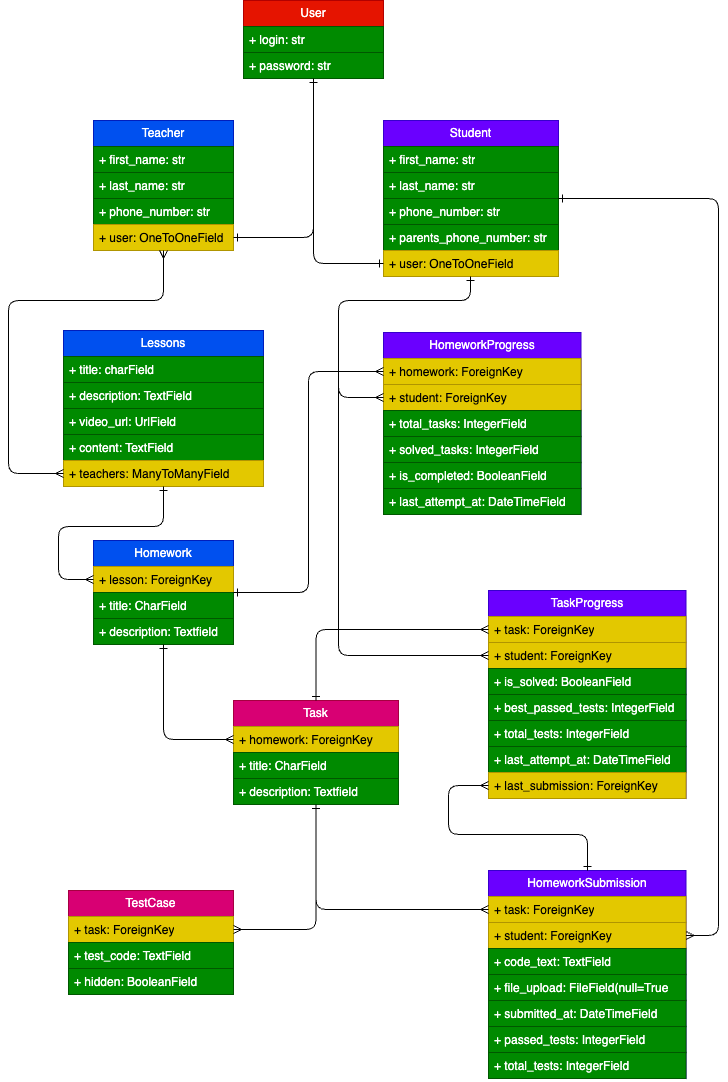
This is models.png from Sanjarbek17/codeschool_backend, a draw.io export, as it was before one commit. Source tidied: cells renumbered, new cells last; positions are measured from the earlier drawing's top-left corner, leaving out a move shared by most shapes.
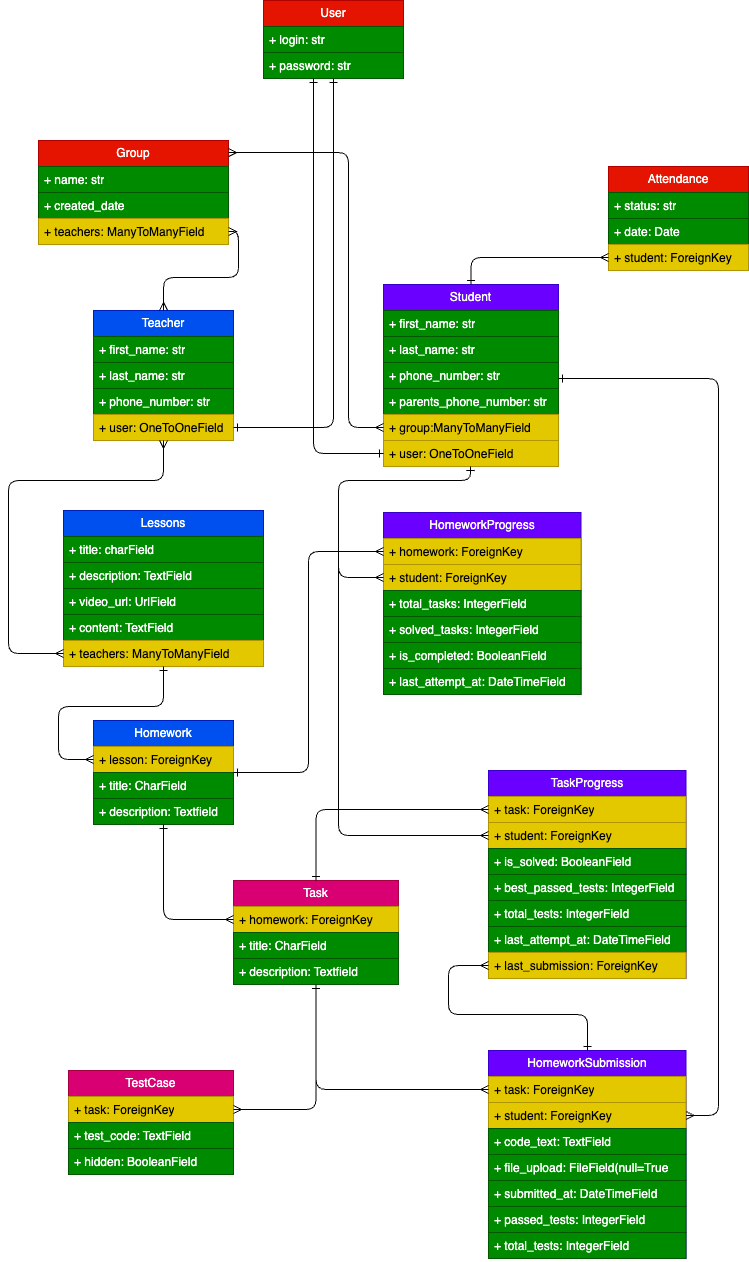
Above is the later version.

The edit, as a diff of the source:
```diff
@@ -3,7 +3,7 @@
     <mxCell id="0" />
     <mxCell id="1" parent="0" />
     <mxCell id="2" value="User" style="swimlane;fontStyle=0;horizontal=1;startSize=26;fillColor=#e51400;whiteSpace=wrap;html=1;fontColor=#ffffff;strokeColor=#B20000;" parent="1" vertex="1">
-      <mxGeometry x="235" width="140" height="78" as="geometry" />
+      <mxGeometry x="255" y="-180" width="140" height="78" as="geometry" />
     </mxCell>
     <mxCell id="3" value="+ login: str" style="text;strokeColor=#005700;fillColor=#008a00;align=left;verticalAlign=top;spacingLeft=4;spacingRight=4;overflow=hidden;whiteSpace=wrap;html=1;fontColor=#ffffff;" parent="2" vertex="1">
       <mxGeometry y="26" width="140" height="26" as="geometry" />
@@ -12,7 +12,7 @@
       <mxGeometry y="52" width="140" height="26" as="geometry" />
     </mxCell>
     <mxCell id="5" value="Teacher" style="swimlane;fontStyle=0;horizontal=1;startSize=26;fillColor=#0050ef;whiteSpace=wrap;html=1;fontColor=#ffffff;strokeColor=#001DBC;" parent="1" vertex="1">
-      <mxGeometry x="85" y="120" width="140" height="130" as="geometry" />
+      <mxGeometry x="85" y="130" width="140" height="130" as="geometry" />
     </mxCell>
     <mxCell id="6" value="+ first_name: str" style="text;strokeColor=#005700;fillColor=#008a00;align=left;verticalAlign=top;spacingLeft=4;spacingRight=4;overflow=hidden;whiteSpace=wrap;html=1;fontColor=#ffffff;" parent="5" vertex="1">
       <mxGeometry y="26" width="140" height="26" as="geometry" />
@@ -27,7 +27,7 @@
       <mxGeometry y="104" width="140" height="26" as="geometry" />
     </mxCell>
     <mxCell id="10" value="Student" style="swimlane;fontStyle=0;horizontal=1;startSize=26;fillColor=#6a00ff;whiteSpace=wrap;html=1;fontColor=#ffffff;strokeColor=#3700CC;" parent="1" vertex="1">
-      <mxGeometry x="375" y="120" width="175" height="156" as="geometry" />
+      <mxGeometry x="375" y="104" width="175" height="182" as="geometry" />
     </mxCell>
     <mxCell id="11" value="+ first_name: str" style="text;strokeColor=#005700;fillColor=#008a00;align=left;verticalAlign=top;spacingLeft=4;spacingRight=4;overflow=hidden;whiteSpace=wrap;html=1;fontColor=#ffffff;" parent="10" vertex="1">
       <mxGeometry y="26" width="175" height="26" as="geometry" />
@@ -41,8 +41,11 @@
     <mxCell id="14" value="+ parents_phone_number: str" style="text;strokeColor=#005700;fillColor=#008a00;align=left;verticalAlign=top;spacingLeft=4;spacingRight=4;overflow=hidden;whiteSpace=wrap;html=1;fontColor=#ffffff;" parent="10" vertex="1">
       <mxGeometry y="104" width="175" height="26" as="geometry" />
     </mxCell>
+    <mxCell id="70" value="+ group:ManyToManyField" style="text;strokeColor=#B09500;fillColor=#e3c800;align=left;verticalAlign=top;spacingLeft=4;spacingRight=4;overflow=hidden;points=[[0,0.5],[1,0.5]];portConstraint=eastwest;whiteSpace=wrap;html=1;fontColor=#000000;" parent="10" vertex="1">
+      <mxGeometry y="130" width="175" height="26" as="geometry" />
+    </mxCell>
     <mxCell id="15" value="+ user: OneToOneField" style="text;strokeColor=#B09500;fillColor=#e3c800;align=left;verticalAlign=top;spacingLeft=4;spacingRight=4;overflow=hidden;points=[[0,0.5],[1,0.5]];portConstraint=eastwest;whiteSpace=wrap;html=1;fontColor=#000000;" parent="10" vertex="1">
-      <mxGeometry y="130" width="175" height="26" as="geometry" />
+      <mxGeometry y="156" width="175" height="26" as="geometry" />
     </mxCell>
     <mxCell id="16" value="Lessons" style="swimlane;fontStyle=0;horizontal=1;startSize=26;fillColor=#0050ef;whiteSpace=wrap;html=1;fontColor=#ffffff;strokeColor=#001DBC;" parent="1" vertex="1">
       <mxGeometry x="55" y="330" width="200" height="156" as="geometry" />
@@ -140,7 +143,7 @@
     <mxCell id="47" style="edgeStyle=orthogonalEdgeStyle;html=1;endArrow=ERone;endFill=0;startArrow=ERone;startFill=0;" parent="1" edge="1" source="15" target="2">
       <mxGeometry relative="1" as="geometry">
         <Array as="points">
-          <mxPoint x="305" y="263" />
+          <mxPoint x="305" y="273" />
         </Array>
       </mxGeometry>
     </mxCell>
@@ -250,5 +253,43 @@
         </Array>
       </mxGeometry>
     </mxCell>
+    <mxCell id="71" value="Group" style="swimlane;fontStyle=0;horizontal=1;startSize=26;fillColor=#e51400;whiteSpace=wrap;html=1;fontColor=#ffffff;strokeColor=#B20000;" parent="1" vertex="1">
+      <mxGeometry x="30" y="-40" width="190" height="104" as="geometry" />
+    </mxCell>
+    <mxCell id="72" value="+ name: str" style="text;strokeColor=#005700;fillColor=#008a00;align=left;verticalAlign=top;spacingLeft=4;spacingRight=4;overflow=hidden;whiteSpace=wrap;html=1;fontColor=#ffffff;" parent="71" vertex="1">
+      <mxGeometry y="26" width="190" height="26" as="geometry" />
+    </mxCell>
+    <mxCell id="73" value="+ created_date" style="text;strokeColor=#005700;fillColor=#008a00;align=left;verticalAlign=top;spacingLeft=4;spacingRight=4;overflow=hidden;whiteSpace=wrap;html=1;fontColor=#ffffff;" parent="71" vertex="1">
+      <mxGeometry y="52" width="190" height="26" as="geometry" />
+    </mxCell>
+    <mxCell id="74" value="+ teachers: ManyToManyField" style="text;strokeColor=#B09500;fillColor=#e3c800;align=left;verticalAlign=top;spacingLeft=4;spacingRight=4;overflow=hidden;points=[[0,0.5],[1,0.5]];portConstraint=eastwest;whiteSpace=wrap;html=1;fontColor=#000000;" parent="71" vertex="1">
+      <mxGeometry y="78" width="190" height="26" as="geometry" />
+    </mxCell>
+    <mxCell id="75" value="Attendance" style="swimlane;fontStyle=0;horizontal=1;startSize=26;fillColor=#e51400;whiteSpace=wrap;html=1;fontColor=#ffffff;strokeColor=#B20000;" parent="1" vertex="1">
+      <mxGeometry x="600" y="-14" width="140" height="104" as="geometry" />
+    </mxCell>
+    <mxCell id="76" value="+ status: str" style="text;strokeColor=#005700;fillColor=#008a00;align=left;verticalAlign=top;spacingLeft=4;spacingRight=4;overflow=hidden;whiteSpace=wrap;html=1;fontColor=#ffffff;" parent="75" vertex="1">
+      <mxGeometry y="26" width="140" height="26" as="geometry" />
+    </mxCell>
+    <mxCell id="77" value="+ date: Date" style="text;strokeColor=#005700;fillColor=#008a00;align=left;verticalAlign=top;spacingLeft=4;spacingRight=4;overflow=hidden;whiteSpace=wrap;html=1;fontColor=#ffffff;" parent="75" vertex="1">
+      <mxGeometry y="52" width="140" height="26" as="geometry" />
+    </mxCell>
+    <mxCell id="78" value="+ student: ForeignKey" style="text;strokeColor=#B09500;fillColor=#e3c800;align=left;verticalAlign=top;spacingLeft=4;spacingRight=4;overflow=hidden;points=[[0,0.5],[1,0.5]];portConstraint=eastwest;whiteSpace=wrap;html=1;fontColor=#000000;" parent="75" vertex="1">
+      <mxGeometry y="78" width="140" height="26" as="geometry" />
+    </mxCell>
+    <mxCell id="79" style="edgeStyle=orthogonalEdgeStyle;html=1;endArrow=ERone;endFill=0;startArrow=ERmany;startFill=0;" parent="1" edge="1" source="78" target="10">
+      <mxGeometry relative="1" as="geometry" />
+    </mxCell>
+    <mxCell id="80" style="edgeStyle=orthogonalEdgeStyle;html=1;endArrow=ERmany;endFill=0;startArrow=ERmany;startFill=0;" parent="1" edge="1" source="70" target="71">
+      <mxGeometry relative="1" as="geometry">
+        <Array as="points">
+          <mxPoint x="340" y="247" />
+          <mxPoint x="340" y="-28" />
+        </Array>
+      </mxGeometry>
+    </mxCell>
+    <mxCell id="81" style="edgeStyle=orthogonalEdgeStyle;html=1;endArrow=ERmany;endFill=0;startArrow=ERmany;startFill=0;" parent="1" edge="1" source="74" target="5">
+      <mxGeometry relative="1" as="geometry" />
+    </mxCell>
   </root>
 </mxGraphModel>
```
